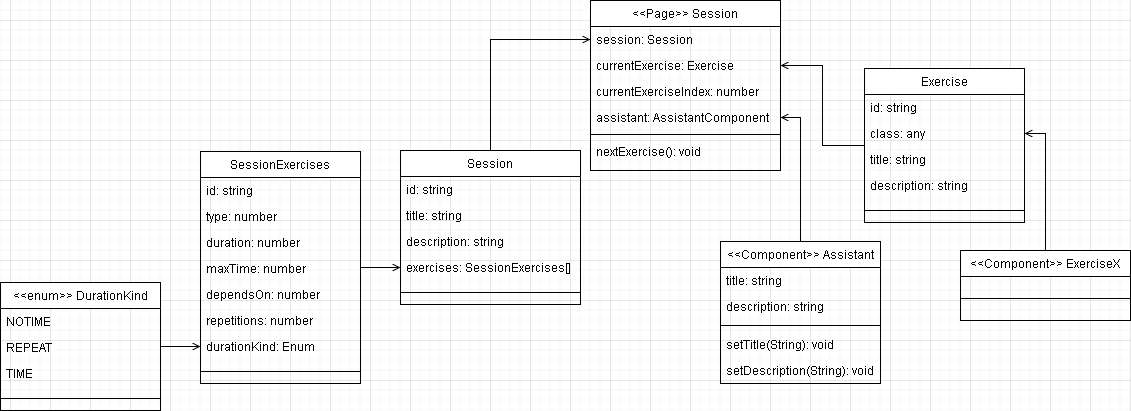
Before: docs/Sessions-Exercises_classdiagram.png, a diagram exported from draw.io (davidinfante/TFG). Source tidied: cells renumbered, new cells last; positions are measured from the earlier drawing's top-left corner, leaving out a move shared by most shapes.
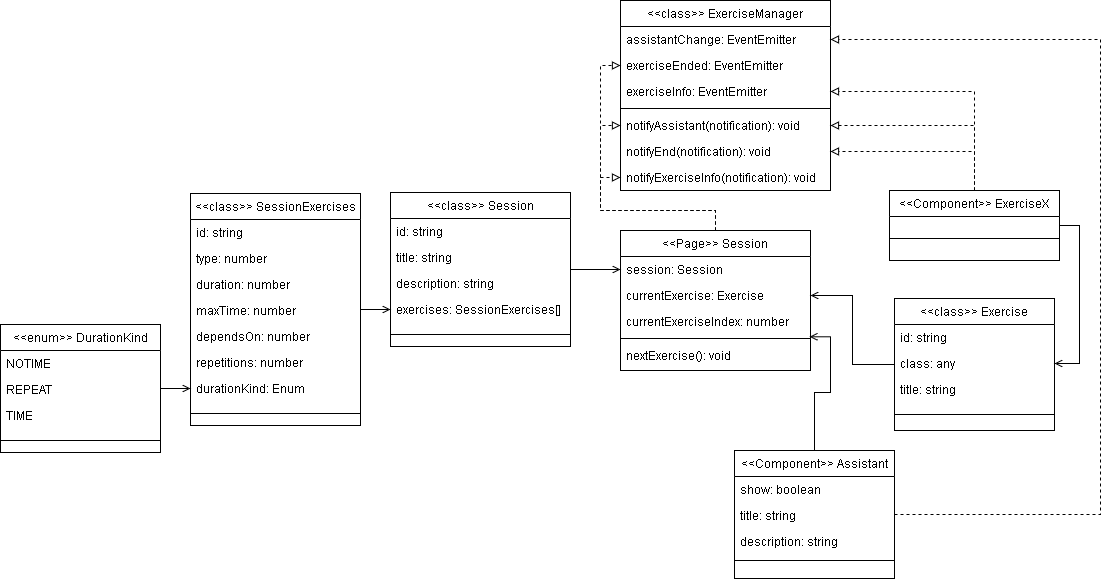
Later version of the same file.

Diff of the diagram source:
```diff
@@ -2,9 +2,6 @@
   <root>
     <mxCell id="0" />
     <mxCell id="1" parent="0" />
-    <mxCell id="2" style="edgeStyle=orthogonalEdgeStyle;rounded=0;jettySize=auto;html=1;entryX=1;entryY=0.5;entryDx=0;entryDy=0;endArrow=open;endFill=0;" parent="1" edge="1" source="43" target="40">
-      <mxGeometry relative="1" as="geometry" />
-    </mxCell>
     <mxCell id="3" style="edgeStyle=orthogonalEdgeStyle;rounded=0;jettySize=auto;html=1;entryX=0;entryY=0.5;entryDx=0;entryDy=0;endArrow=open;endFill=0;" parent="1" edge="1" source="7" target="37">
       <mxGeometry relative="1" as="geometry" />
     </mxCell>
@@ -17,8 +14,130 @@
     <mxCell id="6" style="edgeStyle=orthogonalEdgeStyle;rounded=0;jettySize=auto;html=1;entryX=1;entryY=0.5;entryDx=0;entryDy=0;endArrow=open;endFill=0;" parent="1" edge="1" source="27" target="38">
       <mxGeometry relative="1" as="geometry" />
     </mxCell>
+    <mxCell id="27" value="&lt;&lt;class&gt;&gt; Exercise" style="swimlane;fontStyle=0;align=center;verticalAlign=top;horizontal=1;startSize=26;rounded=0;shadow=0;strokeWidth=1;" parent="1" vertex="1">
+      <mxGeometry x="864" y="68" width="160" height="132" as="geometry" />
+    </mxCell>
+    <mxCell id="28" value="id: string" style="text;align=left;verticalAlign=top;spacingLeft=4;spacingRight=4;overflow=hidden;" parent="27" vertex="1">
+      <mxGeometry y="26" width="160" height="26" as="geometry" />
+    </mxCell>
+    <mxCell id="29" value="class: any" style="text;align=left;verticalAlign=top;spacingLeft=4;spacingRight=4;overflow=hidden;points=[[0,0.5],[1,0.5]];portConstraint=eastwest;" parent="27" vertex="1">
+      <mxGeometry y="52" width="160" height="26" as="geometry" />
+    </mxCell>
+    <mxCell id="30" value="title: string" style="text;align=left;verticalAlign=top;spacingLeft=4;spacingRight=4;overflow=hidden;rounded=0;shadow=0;html=0;" parent="27" vertex="1">
+      <mxGeometry y="78" width="160" height="26" as="geometry" />
+    </mxCell>
+    <mxCell id="32" style="line;html=1;strokeWidth=1;align=left;verticalAlign=middle;spacingTop=-1;spacingLeft=3;spacingRight=3;labelPosition=right;" parent="27" vertex="1">
+      <mxGeometry y="104" width="160" height="24" as="geometry" />
+    </mxCell>
+    <mxCell id="33" style="edgeStyle=orthogonalEdgeStyle;rounded=0;jettySize=auto;html=1;entryX=1;entryY=0.5;entryDx=0;entryDy=0;endArrow=open;endFill=0;exitX=1;exitY=0.5;exitDx=0;exitDy=0;" parent="1" edge="1" source="34" target="29">
+      <mxGeometry relative="1" as="geometry" />
+    </mxCell>
+    <mxCell id="49" style="edgeStyle=orthogonalEdgeStyle;rounded=0;jettySize=auto;html=1;entryX=0;entryY=0.5;entryDx=0;entryDy=0;endArrow=block;endFill=0;dashed=1;" parent="1" edge="1" source="36" target="60">
+      <mxGeometry relative="1" as="geometry" />
+    </mxCell>
+    <mxCell id="50" style="edgeStyle=orthogonalEdgeStyle;rounded=0;jettySize=auto;html=1;entryX=0;entryY=0.5;entryDx=0;entryDy=0;dashed=1;endArrow=block;endFill=0;" parent="1" edge="1" source="36" target="58">
+      <mxGeometry relative="1" as="geometry">
+        <Array as="points">
+          <mxPoint x="685" y="-20" />
+          <mxPoint x="570" y="-20" />
+          <mxPoint x="570" y="-105" />
+        </Array>
+      </mxGeometry>
+    </mxCell>
+    <mxCell id="51" style="edgeStyle=orthogonalEdgeStyle;rounded=0;jettySize=auto;html=1;entryX=0;entryY=0.5;entryDx=0;entryDy=0;dashed=1;endArrow=block;endFill=0;" parent="1" edge="1" source="36" target="55">
+      <mxGeometry relative="1" as="geometry">
+        <Array as="points">
+          <mxPoint x="685" y="-20" />
+          <mxPoint x="570" y="-20" />
+          <mxPoint x="570" y="-165" />
+        </Array>
+      </mxGeometry>
+    </mxCell>
+    <mxCell id="36" value="&lt;&lt;Page&gt;&gt; Session" style="swimlane;fontStyle=0;align=center;verticalAlign=top;horizontal=1;startSize=26;rounded=0;shadow=0;strokeWidth=1;" parent="1" vertex="1">
+      <mxGeometry x="590" width="190" height="140" as="geometry" />
+    </mxCell>
+    <mxCell id="37" value="session: Session" style="text;align=left;verticalAlign=top;spacingLeft=4;spacingRight=4;overflow=hidden;points=[[0,0.5],[1,0.5]];portConstraint=eastwest;" parent="36" vertex="1">
+      <mxGeometry y="26" width="190" height="26" as="geometry" />
+    </mxCell>
+    <mxCell id="38" value="currentExercise: Exercise" style="text;align=left;verticalAlign=top;spacingLeft=4;spacingRight=4;overflow=hidden;points=[[0,0.5],[1,0.5]];portConstraint=eastwest;rounded=0;shadow=0;html=0;" parent="36" vertex="1">
+      <mxGeometry y="52" width="190" height="26" as="geometry" />
+    </mxCell>
+    <mxCell id="39" value="currentExerciseIndex: number" style="text;align=left;verticalAlign=top;spacingLeft=4;spacingRight=4;overflow=hidden;points=[[0,0.5],[1,0.5]];portConstraint=eastwest;rounded=0;shadow=0;html=0;" parent="36" vertex="1">
+      <mxGeometry y="78" width="190" height="26" as="geometry" />
+    </mxCell>
+    <mxCell id="41" style="line;html=1;strokeWidth=1;align=left;verticalAlign=middle;spacingTop=-1;spacingLeft=3;spacingRight=3;labelPosition=right;" parent="36" vertex="1">
+      <mxGeometry y="104" width="190" height="8" as="geometry" />
+    </mxCell>
+    <mxCell id="42" value="nextExercise(): void" style="text;align=left;verticalAlign=top;spacingLeft=4;spacingRight=4;overflow=hidden;" parent="36" vertex="1">
+      <mxGeometry y="112" width="190" height="26" as="geometry" />
+    </mxCell>
+    <mxCell id="52" style="edgeStyle=orthogonalEdgeStyle;rounded=0;jettySize=auto;html=1;entryX=0.995;entryY=1.088;entryDx=0;entryDy=0;entryPerimeter=0;endArrow=open;endFill=0;" parent="1" edge="1" source="43" target="39">
+      <mxGeometry relative="1" as="geometry" />
+    </mxCell>
+    <mxCell id="53" value="&lt;&lt;class&gt;&gt; ExerciseManager" style="swimlane;fontStyle=0;align=center;verticalAlign=top;horizontal=1;startSize=26;rounded=0;shadow=0;strokeWidth=1;" parent="1" vertex="1">
+      <mxGeometry x="590" y="-230" width="210" height="190" as="geometry" />
+    </mxCell>
+    <mxCell id="54" value="assistantChange: EventEmitter" style="text;align=left;verticalAlign=top;spacingLeft=4;spacingRight=4;overflow=hidden;points=[[0,0.5],[1,0.5]];portConstraint=eastwest;" parent="53" vertex="1">
+      <mxGeometry y="26" width="210" height="26" as="geometry" />
+    </mxCell>
+    <mxCell id="55" value="exerciseEnded: EventEmitter" style="text;align=left;verticalAlign=top;spacingLeft=4;spacingRight=4;overflow=hidden;points=[[0,0.5],[1,0.5]];portConstraint=eastwest;rounded=0;shadow=0;html=0;" parent="53" vertex="1">
+      <mxGeometry y="52" width="210" height="26" as="geometry" />
+    </mxCell>
+    <mxCell id="56" value="exerciseInfo: EventEmitter" style="text;align=left;verticalAlign=top;spacingLeft=4;spacingRight=4;overflow=hidden;points=[[0,0.5],[1,0.5]];portConstraint=eastwest;rounded=0;shadow=0;html=0;" parent="53" vertex="1">
+      <mxGeometry y="78" width="210" height="26" as="geometry" />
+    </mxCell>
+    <mxCell id="57" style="line;html=1;strokeWidth=1;align=left;verticalAlign=middle;spacingTop=-1;spacingLeft=3;spacingRight=3;labelPosition=right;" parent="53" vertex="1">
+      <mxGeometry y="104" width="210" height="8" as="geometry" />
+    </mxCell>
+    <mxCell id="58" value="notifyAssistant(notification): void" style="text;align=left;verticalAlign=top;spacingLeft=4;spacingRight=4;overflow=hidden;points=[[0,0.5],[1,0.5]];portConstraint=eastwest;" parent="53" vertex="1">
+      <mxGeometry y="112" width="210" height="26" as="geometry" />
+    </mxCell>
+    <mxCell id="59" value="notifyEnd(notification): void" style="text;align=left;verticalAlign=top;spacingLeft=4;spacingRight=4;overflow=hidden;points=[[0,0.5],[1,0.5]];portConstraint=eastwest;" parent="53" vertex="1">
+      <mxGeometry y="138" width="210" height="26" as="geometry" />
+    </mxCell>
+    <mxCell id="60" value="notifyExerciseInfo(notification): void" style="text;align=left;verticalAlign=top;spacingLeft=4;spacingRight=4;overflow=hidden;points=[[0,0.5],[1,0.5]];portConstraint=eastwest;" parent="53" vertex="1">
+      <mxGeometry y="164" width="210" height="26" as="geometry" />
+    </mxCell>
+    <mxCell id="61" style="edgeStyle=orthogonalEdgeStyle;rounded=0;jettySize=auto;html=1;entryX=1;entryY=0.5;entryDx=0;entryDy=0;dashed=1;endArrow=block;endFill=0;" parent="1" edge="1" source="34" target="59">
+      <mxGeometry relative="1" as="geometry" />
+    </mxCell>
+    <mxCell id="62" style="edgeStyle=orthogonalEdgeStyle;rounded=0;jettySize=auto;html=1;entryX=1;entryY=0.5;entryDx=0;entryDy=0;dashed=1;endArrow=block;endFill=0;" parent="1" edge="1" source="34" target="56">
+      <mxGeometry relative="1" as="geometry" />
+    </mxCell>
+    <mxCell id="63" style="edgeStyle=orthogonalEdgeStyle;rounded=0;jettySize=auto;html=1;entryX=1;entryY=0.5;entryDx=0;entryDy=0;dashed=1;endArrow=block;endFill=0;" parent="1" edge="1" source="34" target="58">
+      <mxGeometry relative="1" as="geometry" />
+    </mxCell>
+    <mxCell id="34" value="&lt;&lt;Component&gt;&gt; ExerciseX" style="swimlane;fontStyle=0;align=center;verticalAlign=top;horizontal=1;startSize=26;rounded=0;shadow=0;strokeWidth=1;" parent="1" vertex="1">
+      <mxGeometry x="859" y="-40" width="170" height="70" as="geometry" />
+    </mxCell>
+    <mxCell id="35" style="line;html=1;strokeWidth=1;align=left;verticalAlign=middle;spacingTop=-1;spacingLeft=3;spacingRight=3;labelPosition=right;" parent="34" vertex="1">
+      <mxGeometry y="26" width="170" height="44" as="geometry" />
+    </mxCell>
+    <mxCell id="64" style="edgeStyle=orthogonalEdgeStyle;rounded=0;jettySize=auto;html=1;entryX=1;entryY=0.5;entryDx=0;entryDy=0;dashed=1;endArrow=block;endFill=0;" parent="1" edge="1" source="43" target="54">
+      <mxGeometry relative="1" as="geometry">
+        <Array as="points">
+          <mxPoint x="1070" y="284" />
+          <mxPoint x="1070" y="-191" />
+        </Array>
+      </mxGeometry>
+    </mxCell>
+    <mxCell id="43" value="&lt;&lt;Component&gt;&gt; Assistant" style="swimlane;fontStyle=0;align=center;verticalAlign=top;horizontal=1;startSize=26;rounded=0;shadow=0;strokeWidth=1;glass=0;" parent="1" vertex="1">
+      <mxGeometry x="704" y="220" width="160" height="128" as="geometry" />
+    </mxCell>
+    <mxCell id="65" value="show: boolean" style="text;align=left;verticalAlign=top;spacingLeft=4;spacingRight=4;overflow=hidden;rounded=0;shadow=0;html=0;" parent="43" vertex="1">
+      <mxGeometry y="26" width="160" height="26" as="geometry" />
+    </mxCell>
+    <mxCell id="44" value="title: string" style="text;align=left;verticalAlign=top;spacingLeft=4;spacingRight=4;overflow=hidden;rounded=0;shadow=0;html=0;" parent="43" vertex="1">
+      <mxGeometry y="52" width="160" height="26" as="geometry" />
+    </mxCell>
+    <mxCell id="45" value="description: string" style="text;align=left;verticalAlign=top;spacingLeft=4;spacingRight=4;overflow=hidden;rounded=0;shadow=0;html=0;" parent="43" vertex="1">
+      <mxGeometry y="78" width="160" height="26" as="geometry" />
+    </mxCell>
+    <mxCell id="46" style="line;html=1;strokeWidth=1;align=left;verticalAlign=middle;spacingTop=-1;spacingLeft=3;spacingRight=3;labelPosition=right;" parent="43" vertex="1">
+      <mxGeometry y="104" width="160" height="12" as="geometry" />
+    </mxCell>
-    <mxCell id="7" value="Session" style="swimlane;fontStyle=0;align=center;verticalAlign=top;horizontal=1;startSize=26;rounded=0;shadow=0;strokeWidth=1;" parent="1" vertex="1">
-      <mxGeometry x="400" y="150" width="180" height="154" as="geometry" />
+    <mxCell id="7" value="&lt;&lt;class&gt;&gt; Session" style="swimlane;fontStyle=0;align=center;verticalAlign=top;horizontal=1;startSize=26;rounded=0;shadow=0;strokeWidth=1;" parent="1" vertex="1">
+      <mxGeometry x="360" y="-38" width="180" height="154" as="geometry" />
     </mxCell>
     <mxCell id="8" value="id: string" style="text;align=left;verticalAlign=top;spacingLeft=4;spacingRight=4;overflow=hidden;" parent="7" vertex="1">
       <mxGeometry y="26" width="180" height="26" as="geometry" />
@@ -35,35 +154,35 @@
     <mxCell id="12" style="line;html=1;strokeWidth=1;align=left;verticalAlign=middle;spacingTop=-1;spacingLeft=3;spacingRight=3;labelPosition=right;" parent="7" vertex="1">
       <mxGeometry y="130" width="180" height="24" as="geometry" />
     </mxCell>
-    <mxCell id="13" value="SessionExercises" style="swimlane;fontStyle=0;align=center;verticalAlign=top;horizontal=1;startSize=26;rounded=0;shadow=0;strokeWidth=1;" parent="1" vertex="1">
-      <mxGeometry x="200" y="151" width="160" height="232" as="geometry" />
+    <mxCell id="13" value="&lt;&lt;class&gt;&gt; SessionExercises" style="swimlane;fontStyle=0;align=center;verticalAlign=top;horizontal=1;startSize=26;rounded=0;shadow=0;strokeWidth=1;" parent="1" vertex="1">
+      <mxGeometry x="160" y="-37" width="170" height="232" as="geometry" />
     </mxCell>
     <mxCell id="14" value="id: string" style="text;align=left;verticalAlign=top;spacingLeft=4;spacingRight=4;overflow=hidden;" parent="13" vertex="1">
-      <mxGeometry y="26" width="160" height="26" as="geometry" />
+      <mxGeometry y="26" width="170" height="26" as="geometry" />
     </mxCell>
     <mxCell id="15" value="type: number" style="text;align=left;verticalAlign=top;spacingLeft=4;spacingRight=4;overflow=hidden;rounded=0;shadow=0;html=0;" parent="13" vertex="1">
-      <mxGeometry y="52" width="160" height="26" as="geometry" />
+      <mxGeometry y="52" width="170" height="26" as="geometry" />
     </mxCell>
     <mxCell id="16" value="duration: number" style="text;align=left;verticalAlign=top;spacingLeft=4;spacingRight=4;overflow=hidden;rounded=0;shadow=0;html=0;" parent="13" vertex="1">
-      <mxGeometry y="78" width="160" height="26" as="geometry" />
+      <mxGeometry y="78" width="170" height="26" as="geometry" />
     </mxCell>
     <mxCell id="17" value="maxTime: number" style="text;align=left;verticalAlign=top;spacingLeft=4;spacingRight=4;overflow=hidden;rounded=0;shadow=0;html=0;" parent="13" vertex="1">
-      <mxGeometry y="104" width="160" height="26" as="geometry" />
+      <mxGeometry y="104" width="170" height="26" as="geometry" />
     </mxCell>
     <mxCell id="18" value="dependsOn: number" style="text;align=left;verticalAlign=top;spacingLeft=4;spacingRight=4;overflow=hidden;rounded=0;shadow=0;html=0;" parent="13" vertex="1">
-      <mxGeometry y="130" width="160" height="26" as="geometry" />
+      <mxGeometry y="130" width="170" height="26" as="geometry" />
     </mxCell>
     <mxCell id="19" value="repetitions: number" style="text;align=left;verticalAlign=top;spacingLeft=4;spacingRight=4;overflow=hidden;rounded=0;shadow=0;html=0;" parent="13" vertex="1">
-      <mxGeometry y="156" width="160" height="26" as="geometry" />
+      <mxGeometry y="156" width="170" height="26" as="geometry" />
     </mxCell>
     <mxCell id="20" value="durationKind: Enum" style="text;align=left;verticalAlign=top;spacingLeft=4;spacingRight=4;overflow=hidden;points=[[0,0.5],[1,0.5]];portConstraint=eastwest;rounded=0;shadow=0;html=0;" parent="13" vertex="1">
-      <mxGeometry y="182" width="160" height="26" as="geometry" />
+      <mxGeometry y="182" width="170" height="26" as="geometry" />
     </mxCell>
     <mxCell id="21" style="line;html=1;strokeWidth=1;align=left;verticalAlign=middle;spacingTop=-1;spacingLeft=3;spacingRight=3;labelPosition=right;" parent="13" vertex="1">
-      <mxGeometry y="208" width="160" height="24" as="geometry" />
+      <mxGeometry y="208" width="170" height="24" as="geometry" />
     </mxCell>
     <mxCell id="22" value="&lt;&lt;enum&gt;&gt; DurationKind" style="swimlane;fontStyle=0;align=center;verticalAlign=top;horizontal=1;startSize=26;rounded=0;shadow=0;strokeWidth=1;" parent="1" vertex="1">
-      <mxGeometry y="282" width="160" height="128" as="geometry" />
+      <mxGeometry x="-30" y="94" width="160" height="128" as="geometry" />
     </mxCell>
     <mxCell id="23" value="NOTIME" style="text;align=left;verticalAlign=top;spacingLeft=4;spacingRight=4;overflow=hidden;" parent="22" vertex="1">
       <mxGeometry y="26" width="160" height="26" as="geometry" />
@@ -77,71 +196,5 @@
     <mxCell id="26" style="line;html=1;strokeWidth=1;align=left;verticalAlign=middle;spacingTop=-1;spacingLeft=3;spacingRight=3;labelPosition=right;" parent="22" vertex="1">
       <mxGeometry y="104" width="160" height="24" as="geometry" />
     </mxCell>
-    <mxCell id="27" value="Exercise" style="swimlane;fontStyle=0;align=center;verticalAlign=top;horizontal=1;startSize=26;rounded=0;shadow=0;strokeWidth=1;" parent="1" vertex="1">
-      <mxGeometry x="864" y="68" width="160" height="154" as="geometry" />
-    </mxCell>
-    <mxCell id="28" value="id: string" style="text;align=left;verticalAlign=top;spacingLeft=4;spacingRight=4;overflow=hidden;" parent="27" vertex="1">
-      <mxGeometry y="26" width="160" height="26" as="geometry" />
-    </mxCell>
-    <mxCell id="29" value="class: any" style="text;align=left;verticalAlign=top;spacingLeft=4;spacingRight=4;overflow=hidden;points=[[0,0.5],[1,0.5]];portConstraint=eastwest;" parent="27" vertex="1">
-      <mxGeometry y="52" width="160" height="26" as="geometry" />
-    </mxCell>
-    <mxCell id="30" value="title: string" style="text;align=left;verticalAlign=top;spacingLeft=4;spacingRight=4;overflow=hidden;rounded=0;shadow=0;html=0;" parent="27" vertex="1">
-      <mxGeometry y="78" width="160" height="26" as="geometry" />
-    </mxCell>
-    <mxCell id="31" value="description: string" style="text;align=left;verticalAlign=top;spacingLeft=4;spacingRight=4;overflow=hidden;rounded=0;shadow=0;html=0;" parent="27" vertex="1">
-      <mxGeometry y="104" width="160" height="26" as="geometry" />
-    </mxCell>
-    <mxCell id="32" style="line;html=1;strokeWidth=1;align=left;verticalAlign=middle;spacingTop=-1;spacingLeft=3;spacingRight=3;labelPosition=right;" parent="27" vertex="1">
-      <mxGeometry y="130" width="160" height="24" as="geometry" />
-    </mxCell>
-    <mxCell id="33" style="edgeStyle=orthogonalEdgeStyle;rounded=0;jettySize=auto;html=1;entryX=1;entryY=0.5;entryDx=0;entryDy=0;endArrow=open;endFill=0;" parent="1" edge="1" source="34" target="29">
-      <mxGeometry relative="1" as="geometry" />
-    </mxCell>
-    <mxCell id="34" value="&lt;&lt;Component&gt;&gt; ExerciseX" style="swimlane;fontStyle=0;align=center;verticalAlign=top;horizontal=1;startSize=26;rounded=0;shadow=0;strokeWidth=1;" parent="1" vertex="1">
-      <mxGeometry x="960" y="250" width="170" height="70" as="geometry" />
-    </mxCell>
-    <mxCell id="35" style="line;html=1;strokeWidth=1;align=left;verticalAlign=middle;spacingTop=-1;spacingLeft=3;spacingRight=3;labelPosition=right;" parent="34" vertex="1">
-      <mxGeometry y="26" width="170" height="44" as="geometry" />
-    </mxCell>
-    <mxCell id="36" value="&lt;&lt;Page&gt;&gt; Session" style="swimlane;fontStyle=0;align=center;verticalAlign=top;horizontal=1;startSize=26;rounded=0;shadow=0;strokeWidth=1;" parent="1" vertex="1">
-      <mxGeometry x="590" width="190" height="170" as="geometry" />
-    </mxCell>
-    <mxCell id="37" value="session: Session" style="text;align=left;verticalAlign=top;spacingLeft=4;spacingRight=4;overflow=hidden;points=[[0,0.5],[1,0.5]];portConstraint=eastwest;" parent="36" vertex="1">
-      <mxGeometry y="26" width="190" height="26" as="geometry" />
-    </mxCell>
-    <mxCell id="38" value="currentExercise: Exercise" style="text;align=left;verticalAlign=top;spacingLeft=4;spacingRight=4;overflow=hidden;points=[[0,0.5],[1,0.5]];portConstraint=eastwest;rounded=0;shadow=0;html=0;" parent="36" vertex="1">
-      <mxGeometry y="52" width="190" height="26" as="geometry" />
-    </mxCell>
-    <mxCell id="39" value="currentExerciseIndex: number" style="text;align=left;verticalAlign=top;spacingLeft=4;spacingRight=4;overflow=hidden;points=[[0,0.5],[1,0.5]];portConstraint=eastwest;rounded=0;shadow=0;html=0;" parent="36" vertex="1">
-      <mxGeometry y="78" width="190" height="26" as="geometry" />
-    </mxCell>
-    <mxCell id="40" value="assistant: AssistantComponent" style="text;align=left;verticalAlign=top;spacingLeft=4;spacingRight=4;overflow=hidden;points=[[0,0.5],[1,0.5]];portConstraint=eastwest;rounded=0;shadow=0;html=0;" parent="36" vertex="1">
-      <mxGeometry y="104" width="190" height="26" as="geometry" />
-    </mxCell>
-    <mxCell id="41" style="line;html=1;strokeWidth=1;align=left;verticalAlign=middle;spacingTop=-1;spacingLeft=3;spacingRight=3;labelPosition=right;" parent="36" vertex="1">
-      <mxGeometry y="130" width="190" height="8" as="geometry" />
-    </mxCell>
-    <mxCell id="42" value="nextExercise(): void" style="text;align=left;verticalAlign=top;spacingLeft=4;spacingRight=4;overflow=hidden;" parent="36" vertex="1">
-      <mxGeometry y="138" width="190" height="26" as="geometry" />
-    </mxCell>
-    <mxCell id="43" value="&lt;&lt;Component&gt;&gt; Assistant" style="swimlane;fontStyle=0;align=center;verticalAlign=top;horizontal=1;startSize=26;rounded=0;shadow=0;strokeWidth=1;glass=0;" parent="1" vertex="1">
-      <mxGeometry x="720" y="241" width="160" height="142" as="geometry" />
-    </mxCell>
-    <mxCell id="44" value="title: string" style="text;align=left;verticalAlign=top;spacingLeft=4;spacingRight=4;overflow=hidden;rounded=0;shadow=0;html=0;" parent="43" vertex="1">
-      <mxGeometry y="26" width="160" height="26" as="geometry" />
-    </mxCell>
-    <mxCell id="45" value="description: string" style="text;align=left;verticalAlign=top;spacingLeft=4;spacingRight=4;overflow=hidden;rounded=0;shadow=0;html=0;" parent="43" vertex="1">
-      <mxGeometry y="52" width="160" height="26" as="geometry" />
-    </mxCell>
-    <mxCell id="46" style="line;html=1;strokeWidth=1;align=left;verticalAlign=middle;spacingTop=-1;spacingLeft=3;spacingRight=3;labelPosition=right;" parent="43" vertex="1">
-      <mxGeometry y="78" width="160" height="12" as="geometry" />
-    </mxCell>
-    <mxCell id="47" value="setTitle(String): void" style="text;align=left;verticalAlign=top;spacingLeft=4;spacingRight=4;overflow=hidden;rounded=0;shadow=0;html=0;" parent="43" vertex="1">
-      <mxGeometry y="90" width="160" height="26" as="geometry" />
-    </mxCell>
-    <mxCell id="48" value="setDescription(String): void" style="text;align=left;verticalAlign=top;spacingLeft=4;spacingRight=4;overflow=hidden;rounded=0;shadow=0;html=0;" parent="43" vertex="1">
-      <mxGeometry y="116" width="160" height="26" as="geometry" />
-    </mxCell>
   </root>
 </mxGraphModel>
```
